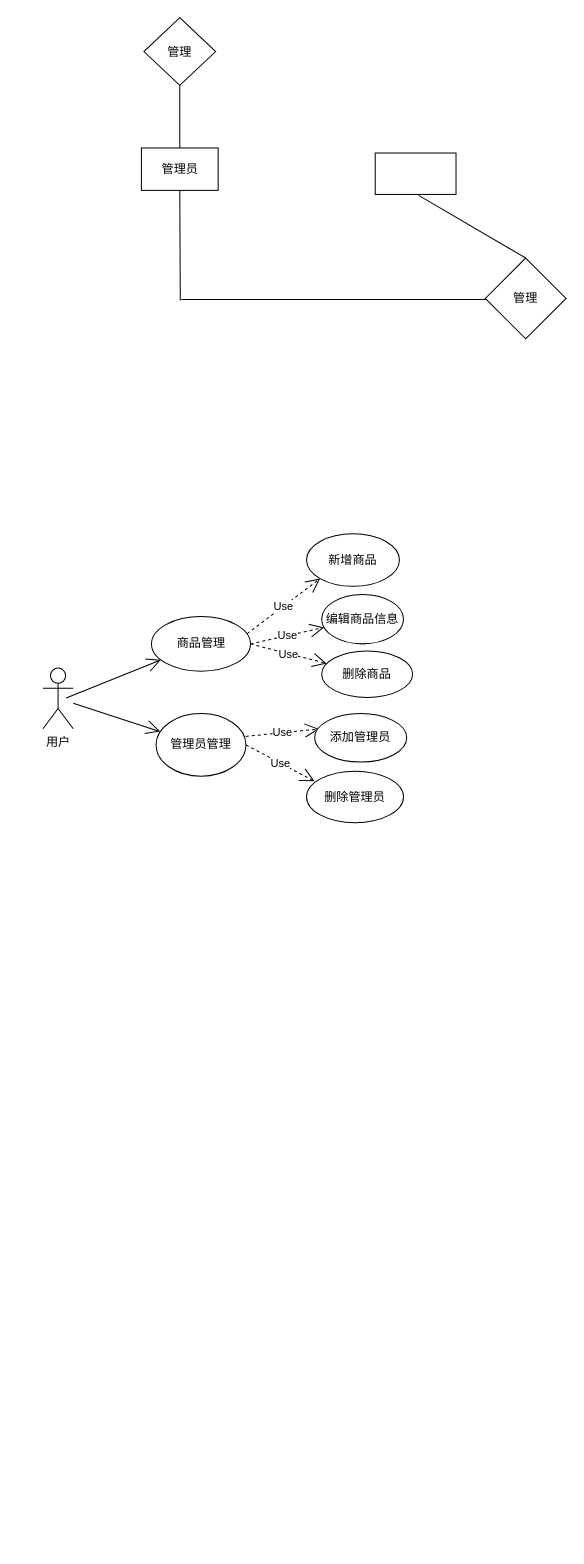
This is 未命名绘图.drawio from Usresmlhr/test, a draw.io file, before an edit. Source tidied: cells renumbered, new cells numbered last; positions are measured from the earlier drawing's top-left corner, leaving out a move shared by most shapes. Both pictures are drawn from the tidied source at 101%, with x=0, y=0 at pixel (42, 17).
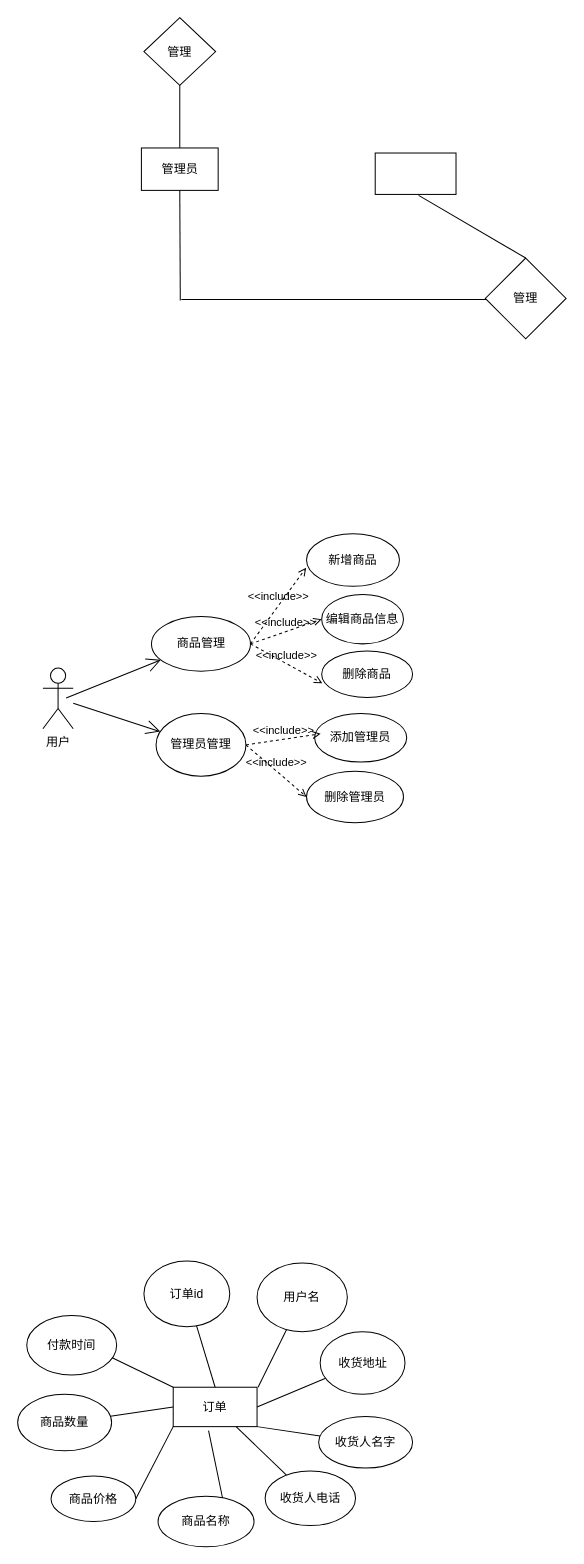
The same diagram, later.

Commit message:
更新未命名绘图.drawio

The change refers to these unchanged cells:
```xml
<mxCell id="12" value="商品管理" style="ellipse;whiteSpace=wrap;html=1;" parent="1" vertex="1">
  <mxGeometry x="107.5" y="593" width="98" height="54" as="geometry" />
</mxCell>
<mxCell id="14" value="管理员管理" style="ellipse;whiteSpace=wrap;html=1;" parent="1" vertex="1">
  <mxGeometry x="112" y="689" width="89" height="62" as="geometry" />
</mxCell>
```

The edit, as a diff of the source:
```diff
@@
+    <mxCell id="16" value="新增商品" style="ellipse;whiteSpace=wrap;html=1;" parent="1" vertex="1">
+      <mxGeometry x="261" y="511" width="92" height="52" as="geometry" />
+    </mxCell>
+    <mxCell id="18" value="编辑商品信息" style="ellipse;whiteSpace=wrap;html=1;" parent="1" vertex="1">
+      <mxGeometry x="276" y="571" width="81" height="49" as="geometry" />
+    </mxCell>
+    <mxCell id="20" value="删除商品" style="ellipse;whiteSpace=wrap;html=1;" parent="1" vertex="1">
+      <mxGeometry x="276" y="627" width="90" height="46" as="geometry" />
+    </mxCell>
+    <mxCell id="22" value="添加管理员" style="ellipse;whiteSpace=wrap;html=1;" parent="1" vertex="1">
+      <mxGeometry x="269" y="689" width="91.2" height="48" as="geometry" />
+    </mxCell>
+    <mxCell id="24" value="删除管理员" style="ellipse;whiteSpace=wrap;html=1;" parent="1" vertex="1">
+      <mxGeometry x="261" y="746" width="96" height="51" as="geometry" />
+    </mxCell>
-    <mxCell id="15" value="Use" style="endArrow=open;endSize=12;dashed=1;html=1;rounded=0;exitX=0.965;exitY=0.315;exitDx=0;exitDy=0;exitPerimeter=0;entryX=0;entryY=1;entryDx=0;entryDy=0;" parent="1" edge="1" source="12" target="16">
+    <mxCell id="15" value="&amp;lt;&amp;lt;include&amp;gt;&amp;gt;" style="html=1;verticalAlign=bottom;labelBackgroundColor=none;endArrow=open;endFill=0;dashed=1;rounded=0;exitX=1;exitY=0.5;exitDx=0;exitDy=0;entryX=-0.004;entryY=0.646;entryDx=0;entryDy=0;entryPerimeter=0;" parent="1" edge="1" source="12" target="16">
       <mxGeometry relative="1" as="geometry" />
     </mxCell>
-    <mxCell id="16" value="新增商品" style="ellipse;whiteSpace=wrap;html=1;" parent="1" vertex="1">
-      <mxGeometry x="261" y="511" width="92" height="52" as="geometry" />
-    </mxCell>
-    <mxCell id="17" value="Use" style="endArrow=open;endSize=12;dashed=1;html=1;rounded=0;exitX=1;exitY=0.5;exitDx=0;exitDy=0;" parent="1" edge="1" source="12" target="18">
+    <mxCell id="17" value="&amp;lt;&amp;lt;include&amp;gt;&amp;gt;" style="html=1;verticalAlign=bottom;labelBackgroundColor=none;endArrow=open;endFill=0;dashed=1;rounded=0;exitX=1;exitY=0.5;exitDx=0;exitDy=0;entryX=0;entryY=0.5;entryDx=0;entryDy=0;" parent="1" edge="1" source="12" target="18">
       <mxGeometry relative="1" as="geometry" />
     </mxCell>
-    <mxCell id="18" value="编辑商品信息" style="ellipse;whiteSpace=wrap;html=1;" parent="1" vertex="1">
-      <mxGeometry x="276" y="571" width="81" height="49" as="geometry" />
-    </mxCell>
-    <mxCell id="19" value="Use" style="endArrow=open;endSize=12;dashed=1;html=1;rounded=0;exitX=1;exitY=0.5;exitDx=0;exitDy=0;" parent="1" edge="1" source="12" target="20">
+    <mxCell id="19" value="&amp;lt;&amp;lt;include&amp;gt;&amp;gt;" style="html=1;verticalAlign=bottom;labelBackgroundColor=none;endArrow=open;endFill=0;dashed=1;rounded=0;exitX=1;exitY=0.5;exitDx=0;exitDy=0;entryX=0.007;entryY=0.696;entryDx=0;entryDy=0;entryPerimeter=0;" parent="1" edge="1" source="12" target="20">
       <mxGeometry relative="1" as="geometry" />
     </mxCell>
-    <mxCell id="20" value="删除商品" style="ellipse;whiteSpace=wrap;html=1;" parent="1" vertex="1">
-      <mxGeometry x="276" y="627" width="90" height="46" as="geometry" />
-    </mxCell>
-    <mxCell id="21" value="Use" style="endArrow=open;endSize=12;dashed=1;html=1;rounded=0;exitX=0.998;exitY=0.365;exitDx=0;exitDy=0;exitPerimeter=0;entryX=0.048;entryY=0.318;entryDx=0;entryDy=0;entryPerimeter=0;" parent="1" edge="1" source="14" target="22">
-      <mxGeometry relative="1" as="geometry" />
-    </mxCell>
-    <mxCell id="22" value="添加管理员" style="ellipse;whiteSpace=wrap;html=1;" parent="1" vertex="1">
-      <mxGeometry x="269" y="689" width="91.2" height="48" as="geometry" />
-    </mxCell>
+    <mxCell id="25" value="&amp;lt;&amp;lt;include&amp;gt;&amp;gt;" style="html=1;verticalAlign=bottom;labelBackgroundColor=none;endArrow=open;endFill=0;dashed=1;rounded=0;exitX=1;exitY=0.5;exitDx=0;exitDy=0;" parent="1" edge="1" source="14">
+      <mxGeometry relative="1" as="geometry">
+        <mxPoint x="275" y="709" as="targetPoint" />
+      </mxGeometry>
+    </mxCell>
-    <mxCell id="23" value="Use" style="endArrow=open;endSize=12;dashed=1;html=1;rounded=0;exitX=1;exitY=0.5;exitDx=0;exitDy=0;entryX=0.083;entryY=0.198;entryDx=0;entryDy=0;entryPerimeter=0;" parent="1" edge="1" source="14" target="24">
+    <mxCell id="23" value="&amp;lt;&amp;lt;include&amp;gt;&amp;gt;" style="html=1;verticalAlign=bottom;labelBackgroundColor=none;endArrow=open;endFill=0;dashed=1;rounded=0;exitX=1;exitY=0.5;exitDx=0;exitDy=0;entryX=0;entryY=0.5;entryDx=0;entryDy=0;" parent="1" edge="1" source="14" target="24">
       <mxGeometry relative="1" as="geometry" />
     </mxCell>
-    <mxCell id="24" value="删除管理员" style="ellipse;whiteSpace=wrap;html=1;" parent="1" vertex="1">
-      <mxGeometry x="261" y="746" width="96" height="51" as="geometry" />
-    </mxCell>
+    <mxCell id="26" value="订单" style="rounded=0;whiteSpace=wrap;html=1;" parent="1" vertex="1">
+      <mxGeometry x="129" y="1356" width="83" height="39" as="geometry" />
+    </mxCell>
+    <mxCell id="27" style="endArrow=none;html=1;rounded=0;exitX=0.5;exitY=0;exitDx=0;exitDy=0;" parent="1" edge="1" source="26" target="28">
+      <mxGeometry relative="1" as="geometry" />
+    </mxCell>
+    <mxCell id="28" value="订单id" style="ellipse;whiteSpace=wrap;html=1;" parent="1" vertex="1">
+      <mxGeometry x="100" y="1231" width="85" height="65" as="geometry" />
+    </mxCell>
+    <mxCell id="29" style="endArrow=none;html=1;rounded=0;" parent="1" edge="1" target="30">
+      <mxGeometry relative="1" as="geometry">
+        <mxPoint x="213" y="1356" as="sourcePoint" />
+      </mxGeometry>
+    </mxCell>
+    <mxCell id="30" value="用户名" style="ellipse;whiteSpace=wrap;html=1;" parent="1" vertex="1">
+      <mxGeometry x="212" y="1233" width="89.4" height="68" as="geometry" />
+    </mxCell>
+    <mxCell id="31" style="endArrow=none;html=1;rounded=0;exitX=1;exitY=0.5;exitDx=0;exitDy=0;" parent="1" edge="1" source="26" target="35">
+      <mxGeometry relative="1" as="geometry" />
+    </mxCell>
+    <mxCell id="32" style="endArrow=none;html=1;rounded=0;exitX=1;exitY=1;exitDx=0;exitDy=0;" parent="1" edge="1" source="26" target="36">
+      <mxGeometry relative="1" as="geometry" />
+    </mxCell>
+    <mxCell id="33" style="endArrow=none;html=1;rounded=0;exitX=0.75;exitY=1;exitDx=0;exitDy=0;" parent="1" edge="1" source="26" target="37">
+      <mxGeometry relative="1" as="geometry" />
+    </mxCell>
+    <mxCell id="34" style="endArrow=none;html=1;rounded=0;entryX=0;entryY=1;entryDx=0;entryDy=0;exitX=1;exitY=0.5;exitDx=0;exitDy=0;" parent="1" edge="1" source="38" target="26">
+      <mxGeometry relative="1" as="geometry" />
+    </mxCell>
+    <mxCell id="35" value="收货地址" style="ellipse;whiteSpace=wrap;html=1;" parent="1" vertex="1">
+      <mxGeometry x="274.5" y="1301" width="84" height="62" as="geometry" />
+    </mxCell>
+    <mxCell id="36" value="收货人名字" style="ellipse;whiteSpace=wrap;html=1;" parent="1" vertex="1">
+      <mxGeometry x="273" y="1385" width="93" height="51" as="geometry" />
+    </mxCell>
+    <mxCell id="37" value="收货人电话" style="ellipse;whiteSpace=wrap;html=1;" parent="1" vertex="1">
+      <mxGeometry x="220" y="1439" width="89.5" height="54" as="geometry" />
+    </mxCell>
+    <mxCell id="38" value="商品价格" style="ellipse;whiteSpace=wrap;html=1;" parent="1" vertex="1">
+      <mxGeometry x="8" y="1444" width="84" height="45" as="geometry" />
+    </mxCell>
+    <mxCell id="39" style="endArrow=none;html=1;rounded=0;exitX=0.672;exitY=0.033;exitDx=0;exitDy=0;exitPerimeter=0;" parent="1" edge="1" source="40">
+      <mxGeometry relative="1" as="geometry">
+        <mxPoint x="164" y="1399" as="targetPoint" />
+      </mxGeometry>
+    </mxCell>
+    <mxCell id="40" value="商品名称" style="ellipse;whiteSpace=wrap;html=1;" parent="1" vertex="1">
+      <mxGeometry x="114" y="1464" width="95" height="50" as="geometry" />
+    </mxCell>
+    <mxCell id="41" style="endArrow=none;html=1;rounded=0;entryX=0;entryY=0.5;entryDx=0;entryDy=0;" parent="1" edge="1" source="42" target="26">
+      <mxGeometry relative="1" as="geometry" />
+    </mxCell>
+    <mxCell id="42" value="商品数量" style="ellipse;whiteSpace=wrap;html=1;" parent="1" vertex="1">
+      <mxGeometry x="-25" y="1363" width="93" height="56" as="geometry" />
+    </mxCell>
+    <mxCell id="43" style="endArrow=none;html=1;rounded=0;entryX=0;entryY=0;entryDx=0;entryDy=0;" parent="1" edge="1" target="26">
+      <mxGeometry relative="1" as="geometry">
+        <mxPoint x="65" y="1325" as="sourcePoint" />
+      </mxGeometry>
+    </mxCell>
+    <mxCell id="44" value="付款时间" style="ellipse;whiteSpace=wrap;html=1;" parent="1" vertex="1">
+      <mxGeometry x="-16" y="1285" width="89" height="59" as="geometry" />
+    </mxCell>
```
